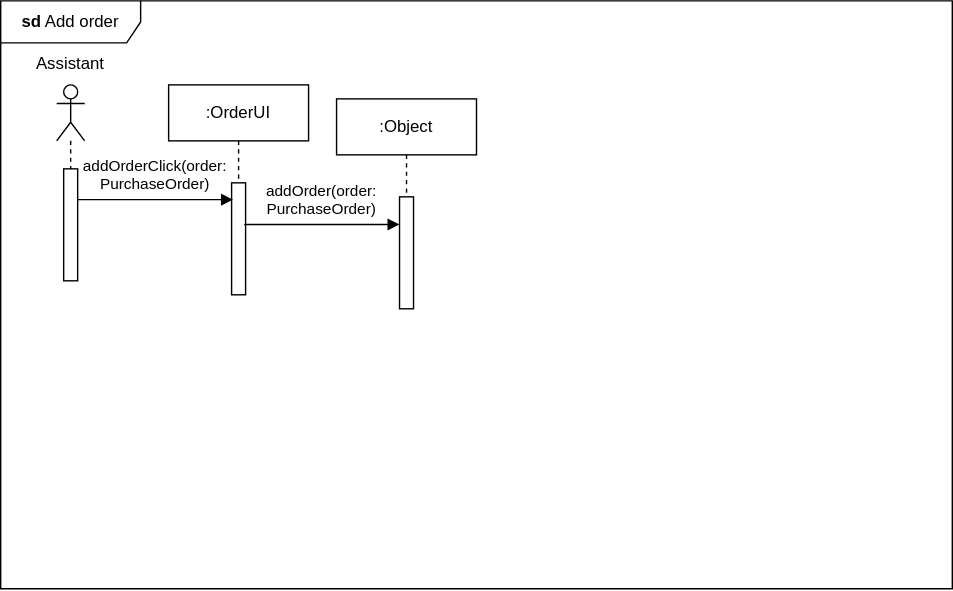
Above: add_order.svg in Simamkele88/IFM3_GP (draw.io), before the change. Source tidied: cells renumbered, new cells last; positions are measured from the earlier drawing's top-left corner, leaving out a move shared by most shapes.
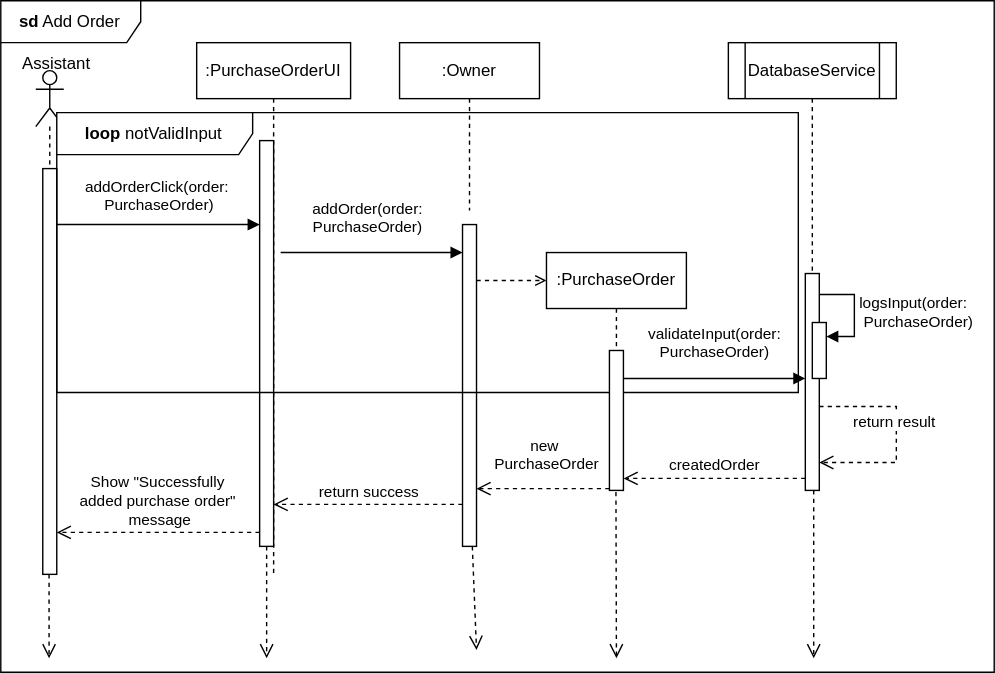
Above is the later version.

Diff of the diagram source:
```diff
@@ -2,38 +2,142 @@
   <root>
     <mxCell id="0" />
     <mxCell id="1" parent="0" />
-    <mxCell id="2" value="&lt;b&gt;sd&lt;/b&gt; Add order" style="shape=umlFrame;whiteSpace=wrap;html=1;width=100;height=30;" parent="1" vertex="1">
-      <mxGeometry width="680" height="420" as="geometry" />
-    </mxCell>
-    <mxCell id="3" style="shape=umlLifeline;perimeter=lifelinePerimeter;whiteSpace=wrap;html=1;newEdgeStyle={&quot;curved&quot;:0,&quot;rounded&quot;:0};participant=umlActor;" parent="2" vertex="1">
-      <mxGeometry x="40" y="60" width="20" height="70" as="geometry" />
-    </mxCell>
+    <mxCell id="12" value="&lt;b&gt;sd&lt;/b&gt; Add Order" style="shape=umlFrame;whiteSpace=wrap;html=1;width=100;height=30;" parent="1" vertex="1">
+      <mxGeometry x="-20" y="30" width="710" height="480" as="geometry" />
+    </mxCell>
+    <mxCell id="13" style="shape=umlLifeline;perimeter=lifelinePerimeter;whiteSpace=wrap;html=1;newEdgeStyle={&quot;curved&quot;:0,&quot;rounded&quot;:0};participant=umlActor;" parent="1" vertex="1">
+      <mxGeometry x="5" y="80" width="20" height="80" as="geometry" />
+    </mxCell>
+    <mxCell id="14" value=":PurchaseOrderUI" style="shape=umlLifeline;perimeter=lifelinePerimeter;whiteSpace=wrap;html=1;newEdgeStyle={&quot;curved&quot;:0,&quot;rounded&quot;:0};" parent="1" vertex="1">
+      <mxGeometry x="120" y="60" width="110" height="380" as="geometry" />
+    </mxCell>
+    <mxCell id="15" style="html=1;points=[[0,0,0,0,5],[0,1,0,0,-5],[1,0,0,0,5],[1,1,0,0,-5]];perimeter=orthogonalPerimeter;outlineConnect=0;targetShapes=umlLifeline;portConstraint=eastwest;newEdgeStyle={&quot;curved&quot;:0,&quot;rounded&quot;:0};" parent="14" vertex="1">
+      <mxGeometry x="45" y="70" width="10" height="290" as="geometry" />
+    </mxCell>
+    <mxCell id="16" style="html=1;perimeter=orthogonalPerimeter;targetShapes=umlLifeline;newEdgeStyle={&quot;curved&quot;:0,&quot;rounded&quot;:0};" parent="1" vertex="1">
+      <mxGeometry x="10" y="150" width="10" height="290" as="geometry" />
+    </mxCell>
+    <mxCell id="17" value=":Owner" style="shape=umlLifeline;perimeter=lifelinePerimeter;whiteSpace=wrap;html=1;newEdgeStyle={&quot;curved&quot;:0,&quot;rounded&quot;:0};" parent="1" vertex="1">
+      <mxGeometry x="265" y="60" width="100" height="120" as="geometry" />
+    </mxCell>
+    <mxCell id="18" style="html=1;perimeter=orthogonalPerimeter;targetShapes=umlLifeline;newEdgeStyle={&quot;curved&quot;:0,&quot;rounded&quot;:0};" parent="1" vertex="1">
+      <mxGeometry x="310" y="190" width="10" height="230" as="geometry" />
+    </mxCell>
+    <mxCell id="19" value="DatabaseService" style="shape=process;whiteSpace=wrap;html=1;backgroundOutline=1;" parent="1" vertex="1">
+      <mxGeometry x="500" y="60" width="120" height="40" as="geometry" />
+    </mxCell>
+    <mxCell id="20" style="html=1;points=[[0,0,0,0,5],[0,1,0,0,-5],[1,0,0,0,5],[1,1,0,0,-5]];perimeter=orthogonalPerimeter;outlineConnect=0;targetShapes=umlLifeline;portConstraint=eastwest;newEdgeStyle={&quot;curved&quot;:0,&quot;rounded&quot;:0};" parent="1" vertex="1">
+      <mxGeometry x="555" y="225" width="10" height="155" as="geometry" />
+    </mxCell>
+    <mxCell id="21" style="html=1;verticalAlign=bottom;endArrow=none;dashed=1;endSize=8;curved=0;rounded=0;startFill=0;exitX=0.5;exitY=1;exitDx=0;exitDy=0;" parent="1" edge="1" source="19" target="20">
+      <mxGeometry relative="1" as="geometry" />
+    </mxCell>
+    <mxCell id="22" style="html=1;verticalAlign=bottom;endArrow=open;dashed=1;endSize=8;curved=0;rounded=0;" parent="1" edge="1" source="15">
+      <mxGeometry relative="1" as="geometry">
+        <mxPoint x="170" y="500" as="targetPoint" />
+      </mxGeometry>
+    </mxCell>
+    <mxCell id="23" style="html=1;verticalAlign=bottom;endArrow=open;dashed=1;endSize=8;curved=0;rounded=0;exitX=0.6;exitY=1.026;exitDx=0;exitDy=0;exitPerimeter=0;" parent="1" edge="1">
+      <mxGeometry relative="1" as="geometry">
+        <mxPoint x="317" y="420" as="sourcePoint" />
+        <mxPoint x="320" y="494" as="targetPoint" />
+      </mxGeometry>
+    </mxCell>
+    <mxCell id="24" value="return result&amp;nbsp;" style="html=1;verticalAlign=bottom;endArrow=open;dashed=1;endSize=8;rounded=0;edgeStyle=orthogonalEdgeStyle;" parent="1" edge="1" source="20" target="20">
+      <mxGeometry relative="1" as="geometry">
+        <Array as="points">
+          <mxPoint x="620" y="320" />
+          <mxPoint x="620" y="360" />
+        </Array>
+      </mxGeometry>
+    </mxCell>
-    <mxCell id="4" value="Assistant" style="text;html=1;align=center;verticalAlign=middle;whiteSpace=wrap;rounded=0;" parent="2" vertex="1">
-      <mxGeometry x="20" y="30" width="60" height="30" as="geometry" />
+    <mxCell id="4" value="Assistant" style="text;html=1;align=center;verticalAlign=middle;whiteSpace=wrap;rounded=0;" parent="1" vertex="1">
+      <mxGeometry x="-10" y="60" width="60" height="30" as="geometry" />
     </mxCell>
-    <mxCell id="5" style="html=1;points=[[0,0,0,0,5],[0,1,0,0,-5],[1,0,0,0,5],[1,1,0,0,-5]];perimeter=orthogonalPerimeter;outlineConnect=0;targetShapes=umlLifeline;portConstraint=eastwest;newEdgeStyle={&quot;curved&quot;:0,&quot;rounded&quot;:0};" parent="2" vertex="1">
-      <mxGeometry x="45" y="120" width="10" height="80" as="geometry" />
-    </mxCell>
-    <mxCell id="6" value=":OrderUI" style="shape=umlLifeline;perimeter=lifelinePerimeter;whiteSpace=wrap;html=1;newEdgeStyle={&quot;curved&quot;:0,&quot;rounded&quot;:0};" parent="2" vertex="1">
-      <mxGeometry x="120" y="60" width="100" height="70" as="geometry" />
-    </mxCell>
-    <mxCell id="7" style="html=1;points=[[0,0,0,0,5],[0,1,0,0,-5],[1,0,0,0,5],[1,1,0,0,-5]];perimeter=orthogonalPerimeter;outlineConnect=0;targetShapes=umlLifeline;portConstraint=eastwest;newEdgeStyle={&quot;curved&quot;:0,&quot;rounded&quot;:0};" parent="2" vertex="1">
-      <mxGeometry x="165" y="130" width="10" height="80" as="geometry" />
-    </mxCell>
+    <mxCell id="25" value="&lt;b&gt;loop&lt;/b&gt; notValidInput" style="shape=umlFrame;whiteSpace=wrap;html=1;width=140;height=30;" parent="1" vertex="1">
+      <mxGeometry x="20" y="110" width="530" height="200" as="geometry" />
+    </mxCell>
-    <mxCell id="8" value="addOrderClick(order:&lt;div&gt;PurchaseOrder)&lt;/div&gt;" style="html=1;verticalAlign=bottom;endArrow=block;curved=0;rounded=0;entryX=0.1;entryY=0.15;entryDx=0;entryDy=0;entryPerimeter=0;" parent="2" edge="1" source="5" target="7">
-      <mxGeometry x="-0.01" y="2" relative="1" as="geometry" />
+    <mxCell id="8" value="addOrderClick(order:&amp;nbsp;&lt;div&gt;PurchaseOrder)&lt;/div&gt;" style="html=1;verticalAlign=bottom;endArrow=block;curved=0;rounded=0;" parent="25" edge="1">
+      <mxGeometry y="5" relative="1" as="geometry">
+        <mxPoint y="80" as="sourcePoint" />
+        <mxPoint x="145" y="80" as="targetPoint" />
+        <Array as="points">
+          <mxPoint x="80" y="80" />
+        </Array>
+      </mxGeometry>
     </mxCell>
-    <mxCell id="9" value=":Object" style="shape=umlLifeline;perimeter=lifelinePerimeter;whiteSpace=wrap;html=1;newEdgeStyle={&quot;curved&quot;:0,&quot;rounded&quot;:0};" parent="2" vertex="1">
-      <mxGeometry x="240" y="70" width="100" height="70" as="geometry" />
-    </mxCell>
-    <mxCell id="10" style="html=1;perimeter=orthogonalPerimeter;targetShapes=umlLifeline;newEdgeStyle={&quot;curved&quot;:0,&quot;rounded&quot;:0};" parent="2" vertex="1">
-      <mxGeometry x="285" y="140" width="10" height="80" as="geometry" />
-    </mxCell>
+    <mxCell id="26" value="return success" style="html=1;verticalAlign=bottom;endArrow=open;dashed=1;endSize=8;curved=0;rounded=0;" parent="1" edge="1">
+      <mxGeometry relative="1" as="geometry">
+        <mxPoint x="310" y="390" as="sourcePoint" />
+        <mxPoint x="175" y="390" as="targetPoint" />
+      </mxGeometry>
+    </mxCell>
+    <mxCell id="27" value="Show &quot;Successfully&lt;div&gt;added purchase order&quot;&lt;/div&gt;&lt;div&gt;&amp;nbsp;message&lt;/div&gt;" style="html=1;verticalAlign=bottom;endArrow=open;dashed=1;endSize=8;curved=0;rounded=0;" parent="1" edge="1">
+      <mxGeometry relative="1" as="geometry">
+        <mxPoint x="165" y="410" as="sourcePoint" />
+        <mxPoint x="20" y="410" as="targetPoint" />
+      </mxGeometry>
+    </mxCell>
+    <mxCell id="28" style="html=1;points=[[0,0,0,0,5],[0,1,0,0,-5],[1,0,0,0,5],[1,1,0,0,-5]];perimeter=orthogonalPerimeter;outlineConnect=0;targetShapes=umlLifeline;portConstraint=eastwest;newEdgeStyle={&quot;curved&quot;:0,&quot;rounded&quot;:0};" parent="1" vertex="1">
+      <mxGeometry x="560" y="260" width="10" height="40" as="geometry" />
+    </mxCell>
+    <mxCell id="29" value="logsInput(&lt;span style=&quot;background-color: light-dark(#ffffff, var(--ge-dark-color, #121212)); color: light-dark(rgb(0, 0, 0), rgb(255, 255, 255));&quot;&gt;order:&lt;/span&gt;&lt;div&gt;&lt;span style=&quot;background-color: light-dark(#ffffff, var(--ge-dark-color, #121212)); color: light-dark(rgb(0, 0, 0), rgb(255, 255, 255));&quot;&gt;&amp;nbsp;PurchaseOrder)&lt;/span&gt;&lt;/div&gt;" style="html=1;align=left;spacingLeft=2;endArrow=block;rounded=0;edgeStyle=orthogonalEdgeStyle;curved=0;rounded=0;" parent="1" edge="1" source="20" target="28">
+      <mxGeometry relative="1" as="geometry">
+        <Array as="points">
+          <mxPoint x="590" y="240" />
+          <mxPoint x="590" y="270" />
+        </Array>
+      </mxGeometry>
+    </mxCell>
+    <mxCell id="30" value=":PurchaseOrder" style="shape=umlLifeline;perimeter=lifelinePerimeter;whiteSpace=wrap;html=1;newEdgeStyle={&quot;curved&quot;:0,&quot;rounded&quot;:0};" parent="1" vertex="1">
+      <mxGeometry x="370" y="210" width="100" height="70" as="geometry" />
+    </mxCell>
+    <mxCell id="31" style="html=1;verticalAlign=bottom;labelBackgroundColor=none;endArrow=open;endFill=0;dashed=1;rounded=0;" parent="1" edge="1">
+      <mxGeometry relative="1" as="geometry">
+        <mxPoint x="320" y="230" as="sourcePoint" />
+        <mxPoint x="370" y="230" as="targetPoint" />
+      </mxGeometry>
+    </mxCell>
+    <mxCell id="32" style="html=1;points=[[0,0,0,0,5],[0,1,0,0,-5],[1,0,0,0,5],[1,1,0,0,-5]];perimeter=orthogonalPerimeter;outlineConnect=0;targetShapes=umlLifeline;portConstraint=eastwest;newEdgeStyle={&quot;curved&quot;:0,&quot;rounded&quot;:0};" parent="1" vertex="1">
+      <mxGeometry x="415" y="280" width="10" height="100" as="geometry" />
+    </mxCell>
-    <mxCell id="11" value="addOrder(order:&lt;div&gt;PurchaseOrder)&lt;/div&gt;" style="html=1;verticalAlign=bottom;endArrow=block;curved=0;rounded=0;entryX=0.1;entryY=0.15;entryDx=0;entryDy=0;entryPerimeter=0;" parent="2" edge="1">
-      <mxGeometry x="-0.01" y="2" relative="1" as="geometry">
-        <mxPoint x="174" y="159.8" as="sourcePoint" />
-        <mxPoint x="285" y="159.8" as="targetPoint" />
+    <mxCell id="11" value="addOrder(order:&lt;div&gt;PurchaseOrder)&lt;/div&gt;" style="html=1;verticalAlign=bottom;endArrow=block;curved=0;rounded=0;" parent="1" edge="1">
+      <mxGeometry x="-0.04" y="10" relative="1" as="geometry">
+        <mxPoint x="180" y="210" as="sourcePoint" />
+        <mxPoint x="310" y="210" as="targetPoint" />
+        <mxPoint y="1" as="offset" />
       </mxGeometry>
     </mxCell>
+    <mxCell id="33" value="validateInput(order:&lt;div&gt;PurchaseOrder)&lt;/div&gt;" style="html=1;verticalAlign=bottom;endArrow=block;curved=0;rounded=0;" parent="1" edge="1" target="20">
+      <mxGeometry y="10" relative="1" as="geometry">
+        <mxPoint x="425" y="300" as="sourcePoint" />
+      </mxGeometry>
+    </mxCell>
+    <mxCell id="34" style="html=1;verticalAlign=bottom;endArrow=open;dashed=1;endSize=8;curved=0;rounded=0;exitX=0.466;exitY=1.012;exitDx=0;exitDy=0;exitPerimeter=0;" parent="1" edge="1" source="32">
+      <mxGeometry relative="1" as="geometry">
+        <mxPoint x="420" y="500" as="targetPoint" />
+      </mxGeometry>
+    </mxCell>
+    <mxCell id="35" style="html=1;verticalAlign=bottom;endArrow=open;dashed=1;endSize=8;curved=0;rounded=0;" parent="1" edge="1">
+      <mxGeometry relative="1" as="geometry">
+        <mxPoint x="14.5" y="440" as="sourcePoint" />
+        <mxPoint x="14.5" y="500" as="targetPoint" />
+      </mxGeometry>
+    </mxCell>
+    <mxCell id="36" value="createdOrder" style="html=1;verticalAlign=bottom;endArrow=open;dashed=1;endSize=8;curved=0;rounded=0;entryX=1.013;entryY=0.914;entryDx=0;entryDy=0;entryPerimeter=0;" parent="1" edge="1" source="20" target="32">
+      <mxGeometry relative="1" as="geometry" />
+    </mxCell>
+    <mxCell id="37" style="html=1;verticalAlign=bottom;endArrow=open;dashed=1;endSize=8;curved=0;rounded=0;" parent="1" edge="1">
+      <mxGeometry relative="1" as="geometry">
+        <mxPoint x="561" y="380" as="sourcePoint" />
+        <mxPoint x="561" y="500" as="targetPoint" />
+      </mxGeometry>
+    </mxCell>
+    <mxCell id="38" value="new&amp;nbsp;&lt;div&gt;PurchaseOrder&lt;/div&gt;" style="html=1;verticalAlign=bottom;endArrow=open;dashed=1;endSize=8;curved=0;rounded=0;" parent="1" edge="1">
+      <mxGeometry x="-0.05" y="-9" relative="1" as="geometry">
+        <mxPoint x="415" y="378.8" as="sourcePoint" />
+        <mxPoint x="320" y="378.8" as="targetPoint" />
+      </mxGeometry>
+    </mxCell>
   </root>
 </mxGraphModel>
```
